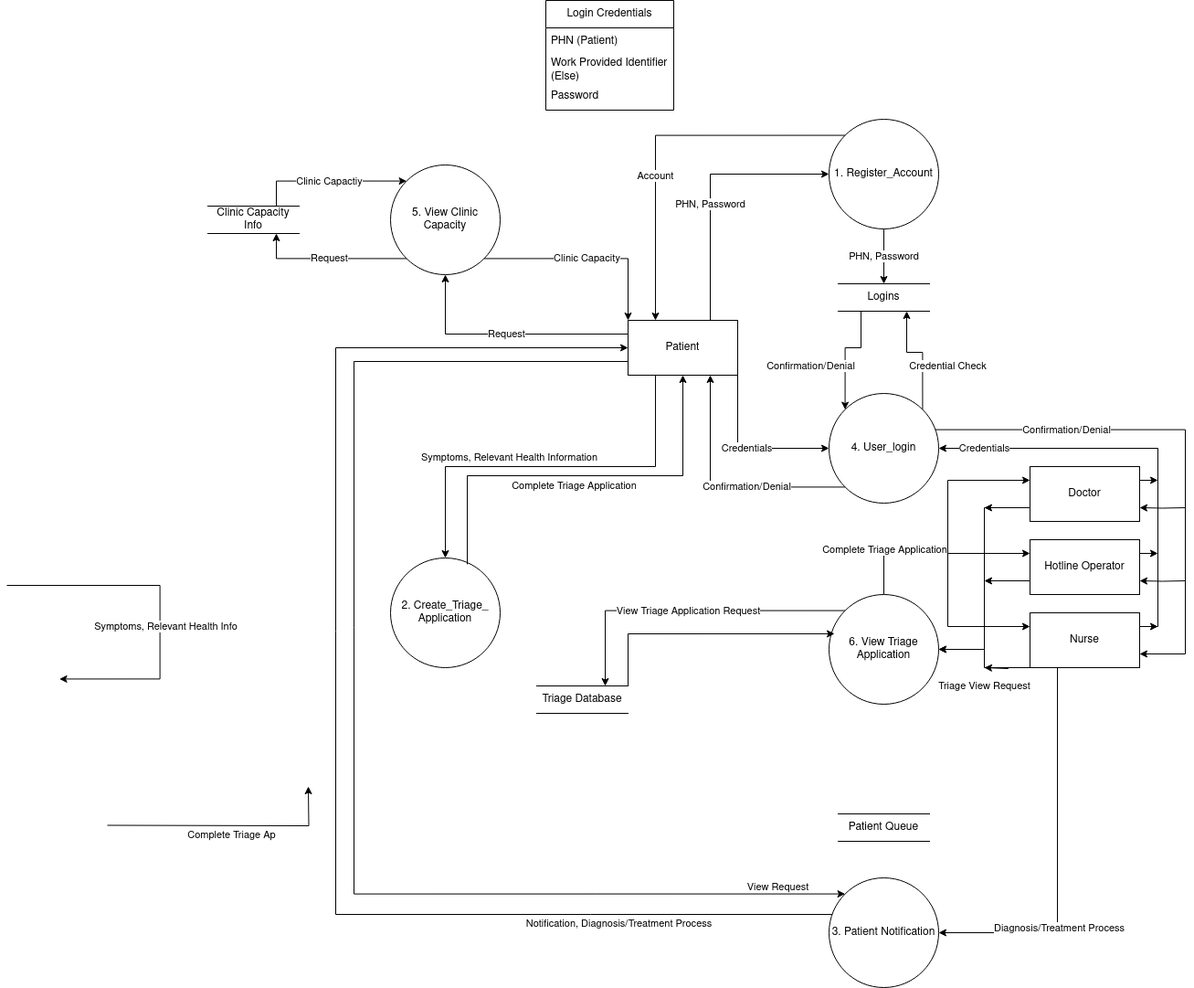
Earlier version of the draw.io export Milestone2/Diagrams/pngs/DFD1.drawio.png (SENG-350-2024-fall/Team5). Source tidied: cells renumbered, new cells last; positions are measured from the earlier drawing's top-left corner, leaving out a move shared by most shapes.
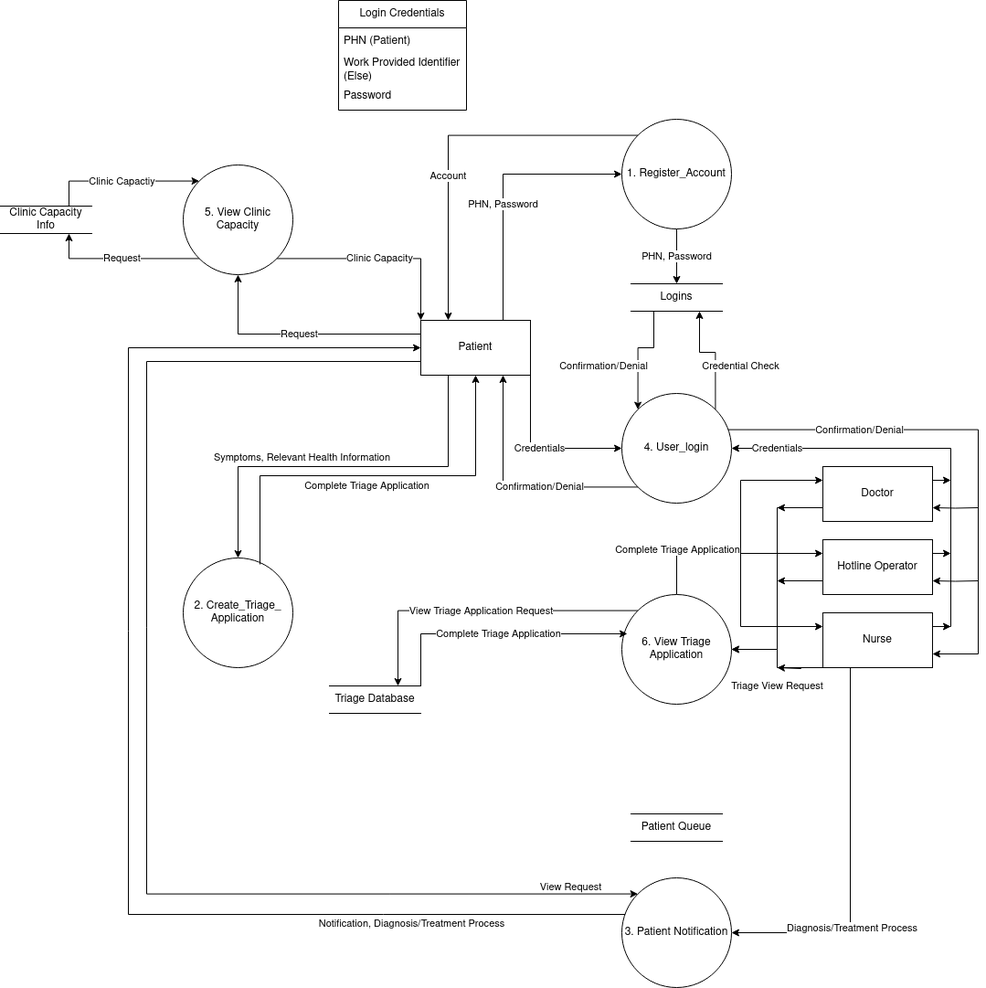
The same diagram one commit later.

The edit, as a diff of the source:
```diff
@@ -212,16 +212,6 @@
     <mxCell id="49" value="Hotline Operator" style="rounded=0;whiteSpace=wrap;html=1;" parent="1" vertex="1">
       <mxGeometry x="1120" y="590" width="120" height="60" as="geometry" />
     </mxCell>
-    <mxCell id="50" value="Symptoms, Relevant Health Info" style="edgeStyle=orthogonalEdgeStyle;rounded=0;orthogonalLoop=1;jettySize=auto;html=1;exitX=1;exitY=0;exitDx=0;exitDy=0;entryX=0;entryY=0;entryDx=0;entryDy=0;" parent="1" edge="1">
-      <mxGeometry x="0.12" y="11" relative="1" as="geometry">
-        <mxPoint y="640" as="sourcePoint" />
-        <mxPoint x="57.6" y="742.4" as="targetPoint" />
-        <Array as="points">
-          <mxPoint x="167.6" y="640.4" />
-        </Array>
-        <mxPoint x="-5" y="1" as="offset" />
-      </mxGeometry>
-    </mxCell>
     <mxCell id="51" style="edgeStyle=orthogonalEdgeStyle;rounded=0;jettySize=auto;html=1;exitX=0.7;exitY=0.058;exitDx=0;exitDy=0;entryX=0.5;entryY=1;entryDx=0;entryDy=0;exitPerimeter=0;" parent="1" edge="1" source="26" target="7">
       <mxGeometry relative="1" as="geometry">
         <Array as="points">
@@ -235,12 +225,6 @@
         <mxPoint x="-350" y="-70" as="offset" />
       </mxGeometry>
     </mxCell>
-    <mxCell id="53" value="Complete Triage Ap" style="edgeStyle=orthogonalEdgeStyle;rounded=0;orthogonalLoop=1;jettySize=auto;html=1;exitX=1;exitY=0.75;exitDx=0;exitDy=0;entryX=0;entryY=0.5;entryDx=0;entryDy=0;" parent="1" edge="1">
-      <mxGeometry x="0.03" y="-10" relative="1" as="geometry">
-        <mxPoint x="110" y="902.5" as="sourcePoint" />
-        <mxPoint x="330" y="860" as="targetPoint" />
-      </mxGeometry>
-    </mxCell>
     <mxCell id="54" value="Triage Database" style="html=1;dashed=0;whiteSpace=wrap;shape=partialRectangle;right=0;left=0;" parent="1" vertex="1">
       <mxGeometry x="580" y="750" width="100" height="30" as="geometry" />
     </mxCell>
@@ -250,7 +234,7 @@
     <mxCell id="56" value="Patient Queue" style="html=1;dashed=0;whiteSpace=wrap;shape=partialRectangle;right=0;left=0;" parent="1" vertex="1">
       <mxGeometry x="910" y="890" width="100" height="30" as="geometry" />
     </mxCell>
-    <mxCell id="57" style="edgeStyle=orthogonalEdgeStyle;rounded=0;jettySize=auto;html=1;exitX=1;exitY=0;exitDx=0;exitDy=0;entryX=0.05;entryY=0.358;entryDx=0;entryDy=0;entryPerimeter=0;" parent="1" edge="1" source="54" target="37">
+    <mxCell id="57" value="Complete Triage Application" style="edgeStyle=orthogonalEdgeStyle;rounded=0;jettySize=auto;html=1;exitX=1;exitY=0;exitDx=0;exitDy=0;entryX=0.05;entryY=0.358;entryDx=0;entryDy=0;entryPerimeter=0;" parent="1" edge="1" source="54" target="37">
       <mxGeometry relative="1" as="geometry" />
     </mxCell>
   </root>
```
